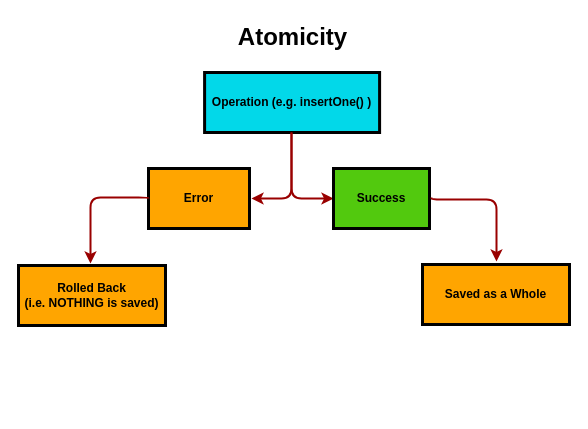
This is page "4.Atomicity" (8 of 9) of Diagrams.drawio from PhoenixYork166/draw.io, a draw.io file, before an edit. Source tidied: cells renumbered, new cells numbered last; positions are measured from the earlier drawing's top-left corner, leaving out a move shared by most shapes. Both pictures are drawn from the tidied source at 100%, with x=0, y=0 at pixel (18, 17).
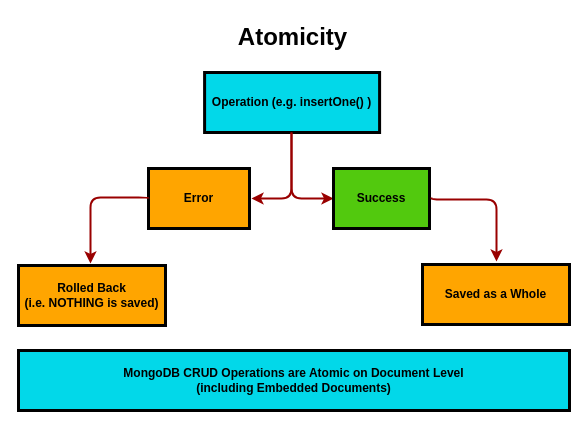
The same page after the edit.

Change to the diagram source:
```diff
@@
+    <mxCell id="12" value="MongoDB CRUD Operations are Atomic on Document Level&#10;(including Embedded Documents)" style="whiteSpace=wrap;align=center;verticalAlign=middle;fontStyle=1;strokeWidth=3;fillColor=#02D8E9;" parent="1" vertex="1">
+      <mxGeometry y="333" width="551" height="60" as="geometry" />
+    </mxCell>
```
